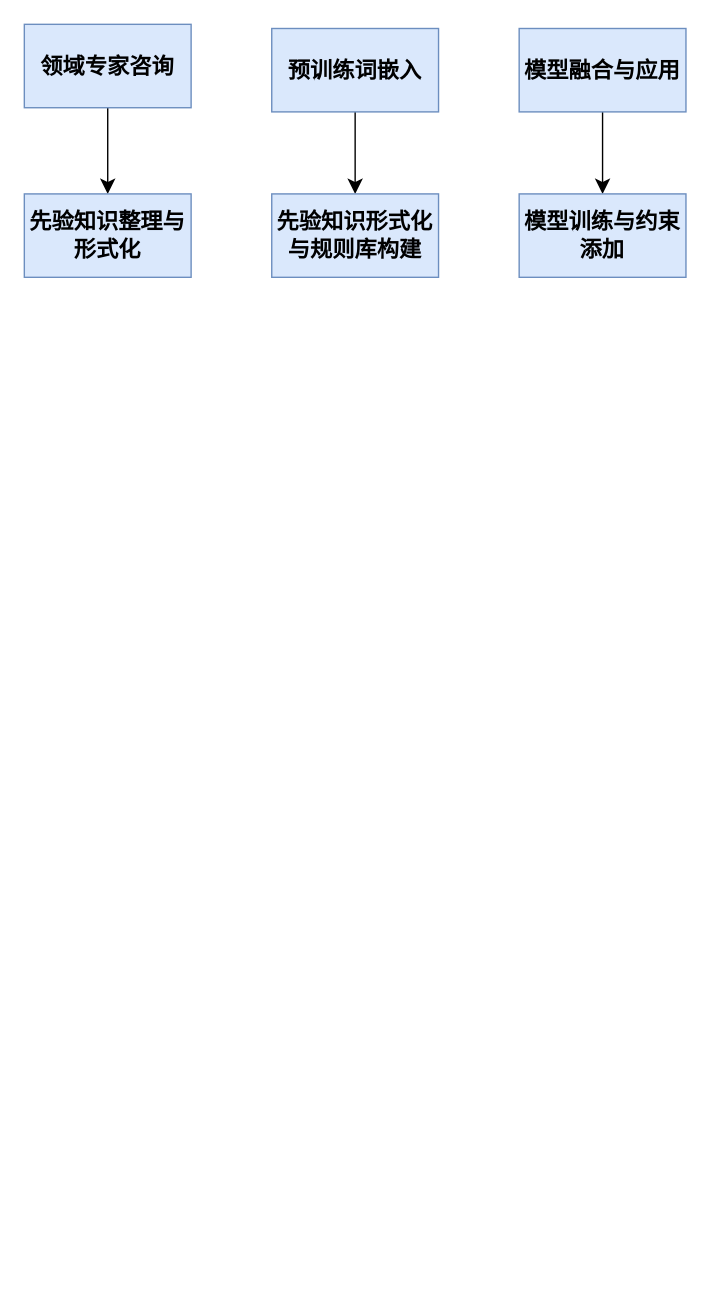
Above: page "技术方案" (2 of 2) of 未命名绘图.drawio in nexttime8/proj1_230926 (draw.io), before the change. Source tidied: cells renumbered, new cells numbered last; positions are measured from the earlier drawing's top-left corner, leaving out a move shared by most shapes. Both pictures are drawn from the tidied source at 139%, with x=0, y=0 at pixel (24, 24).
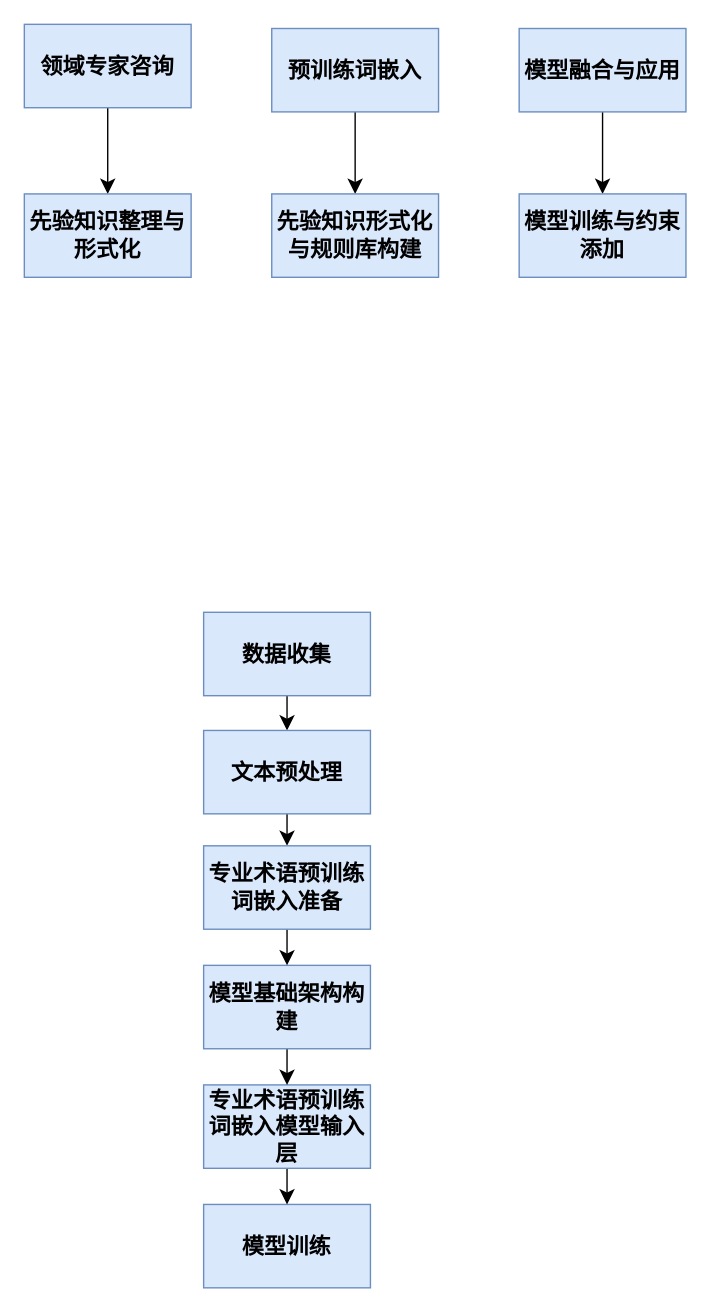
The same diagram, later.

Commit message (it also covers changes not shown here):
更新未命名绘图.drawio

The edit, as a diff of the source:
```diff
@@
+    <mxCell id="11" style="edgeStyle=none;curved=1;rounded=0;jettySize=auto;html=1;exitX=0.5;exitY=1;exitDx=0;exitDy=0;fontSize=12;startSize=8;endSize=8;" parent="1" edge="1" source="12">
+      <mxGeometry relative="1" as="geometry">
+        <mxPoint x="189" y="508" as="targetPoint" />
+      </mxGeometry>
+    </mxCell>
+    <mxCell id="12" value="&lt;font style=&quot;font-size: 16px;&quot;&gt;&lt;b&gt;数据收集&lt;/b&gt;&lt;/font&gt;" style="rounded=0;whiteSpace=wrap;html=1;fillColor=#dae8fc;strokeColor=#6c8ebf;" parent="1" vertex="1">
+      <mxGeometry x="129" y="423" width="120" height="60" as="geometry" />
+    </mxCell>
+    <mxCell id="13" style="edgeStyle=none;curved=1;rounded=0;jettySize=auto;html=1;exitX=0.5;exitY=1;exitDx=0;exitDy=0;entryX=0.5;entryY=0;entryDx=0;entryDy=0;fontSize=12;startSize=8;endSize=8;" parent="1" edge="1" source="14" target="21">
+      <mxGeometry relative="1" as="geometry" />
+    </mxCell>
+    <mxCell id="14" value="&lt;font style=&quot;font-size: 16px;&quot;&gt;&lt;b&gt;文本预处理&lt;/b&gt;&lt;/font&gt;" style="rounded=0;whiteSpace=wrap;html=1;fillColor=#dae8fc;strokeColor=#6c8ebf;" parent="1" vertex="1">
+      <mxGeometry x="129" y="508" width="120" height="60" as="geometry" />
+    </mxCell>
+    <mxCell id="15" value="&lt;font style=&quot;font-size: 16px;&quot;&gt;&lt;b&gt;模型训练&lt;/b&gt;&lt;/font&gt;" style="rounded=0;whiteSpace=wrap;html=1;fillColor=#dae8fc;strokeColor=#6c8ebf;" parent="1" vertex="1">
+      <mxGeometry x="129" y="849" width="120" height="60" as="geometry" />
+    </mxCell>
+    <mxCell id="16" style="edgeStyle=none;curved=1;rounded=0;jettySize=auto;html=1;exitX=0.5;exitY=1;exitDx=0;exitDy=0;entryX=0.5;entryY=0;entryDx=0;entryDy=0;fontSize=12;startSize=8;endSize=8;" parent="1" edge="1" source="17" target="15">
+      <mxGeometry relative="1" as="geometry" />
+    </mxCell>
+    <mxCell id="17" value="&lt;font style=&quot;font-size: 16px;&quot;&gt;&lt;b&gt;专业术语预训练词嵌入模型输入层&lt;/b&gt;&lt;/font&gt;" style="rounded=0;whiteSpace=wrap;html=1;fillColor=#dae8fc;strokeColor=#6c8ebf;" parent="1" vertex="1">
+      <mxGeometry x="129" y="763" width="120" height="60" as="geometry" />
+    </mxCell>
+    <mxCell id="18" style="edgeStyle=none;curved=1;rounded=0;jettySize=auto;html=1;exitX=0.5;exitY=1;exitDx=0;exitDy=0;entryX=0.5;entryY=0;entryDx=0;entryDy=0;fontSize=12;startSize=8;endSize=8;" parent="1" edge="1" source="19" target="17">
+      <mxGeometry relative="1" as="geometry" />
+    </mxCell>
+    <mxCell id="19" value="&lt;span style=&quot;font-size: 16px;&quot;&gt;&lt;b&gt;模型基础架构构建&lt;/b&gt;&lt;/span&gt;" style="rounded=0;whiteSpace=wrap;html=1;fillColor=#dae8fc;strokeColor=#6c8ebf;" parent="1" vertex="1">
+      <mxGeometry x="129" y="677" width="120" height="60" as="geometry" />
+    </mxCell>
+    <mxCell id="20" style="edgeStyle=none;curved=1;rounded=0;jettySize=auto;html=1;exitX=0.5;exitY=1;exitDx=0;exitDy=0;entryX=0.5;entryY=0;entryDx=0;entryDy=0;fontSize=12;startSize=8;endSize=8;" parent="1" edge="1" source="21" target="19">
+      <mxGeometry relative="1" as="geometry" />
+    </mxCell>
+    <mxCell id="21" value="&lt;font style=&quot;font-size: 16px;&quot;&gt;&lt;b&gt;专业术语预训练词嵌入准备&lt;/b&gt;&lt;/font&gt;" style="rounded=0;whiteSpace=wrap;html=1;fillColor=#dae8fc;strokeColor=#6c8ebf;" parent="1" vertex="1">
+      <mxGeometry x="129" y="591" width="120" height="60" as="geometry" />
+    </mxCell>
```
